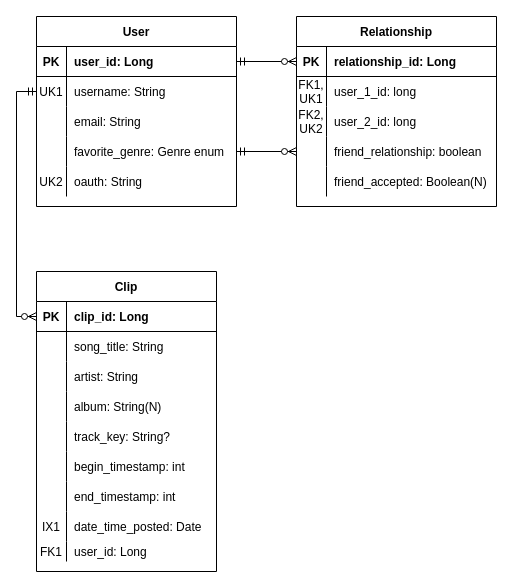
This is docs/work/erd.drawio from tunefull/tunefull.github.io, a draw.io file, before an edit. Source tidied: cells renumbered, new cells numbered last; positions are measured from the earlier drawing's top-left corner, leaving out a move shared by most shapes. Both pictures are drawn from the tidied source at 100%, with x=0, y=0 at pixel (36, 16).
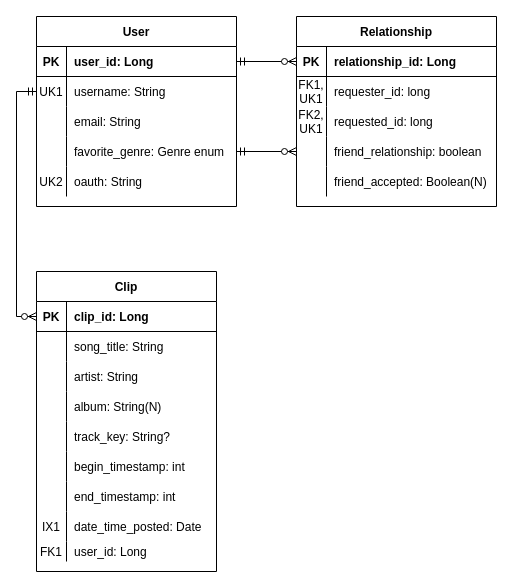
The same diagram, later.

The change refers to these unchanged cells:
```xml
<mxCell id="25" style="shape=partialRectangle;fillColor=none;top=0;left=0;bottom=0;right=0;" parent="21" vertex="1">
  <mxGeometry y="60" width="200" height="30" as="geometry" />
</mxCell>
<mxCell id="28" style="shape=partialRectangle;fillColor=none;top=0;left=0;bottom=0;right=0;" parent="21" vertex="1">
  <mxGeometry y="90" width="200" height="30" as="geometry" />
</mxCell>
```

Change to the diagram source:
```diff
@@
-    <mxCell id="27" value="user_1_id: long" style="shape=partialRectangle;fillColor=none;top=0;left=0;bottom=0;right=0;align=left;spacingLeft=6;overflow=hidden;" parent="25" vertex="1">
+    <mxCell id="27" value="requester_id: long" style="shape=partialRectangle;fillColor=none;top=0;left=0;bottom=0;right=0;align=left;spacingLeft=6;overflow=hidden;" parent="25" vertex="1">
       <mxGeometry x="30" width="170" height="30" as="geometry" />
     </mxCell>
@@
-    <mxCell id="29" value="FK2,&#10;UK2" style="shape=partialRectangle;fillColor=none;top=0;left=0;bottom=0;right=0;overflow=hidden;" parent="28" vertex="1">
+    <mxCell id="29" value="FK2,&#10;UK1" style="shape=partialRectangle;fillColor=none;top=0;left=0;bottom=0;right=0;overflow=hidden;" parent="28" vertex="1">
       <mxGeometry width="30" height="30" as="geometry" />
     </mxCell>
-    <mxCell id="30" value="user_2_id: long" style="shape=partialRectangle;fillColor=none;top=0;left=0;bottom=0;right=0;align=left;spacingLeft=6;overflow=hidden;" parent="28" vertex="1">
+    <mxCell id="30" value="requested_id: long" style="shape=partialRectangle;fillColor=none;top=0;left=0;bottom=0;right=0;align=left;spacingLeft=6;overflow=hidden;" parent="28" vertex="1">
       <mxGeometry x="30" width="170" height="30" as="geometry" />
     </mxCell>
```
